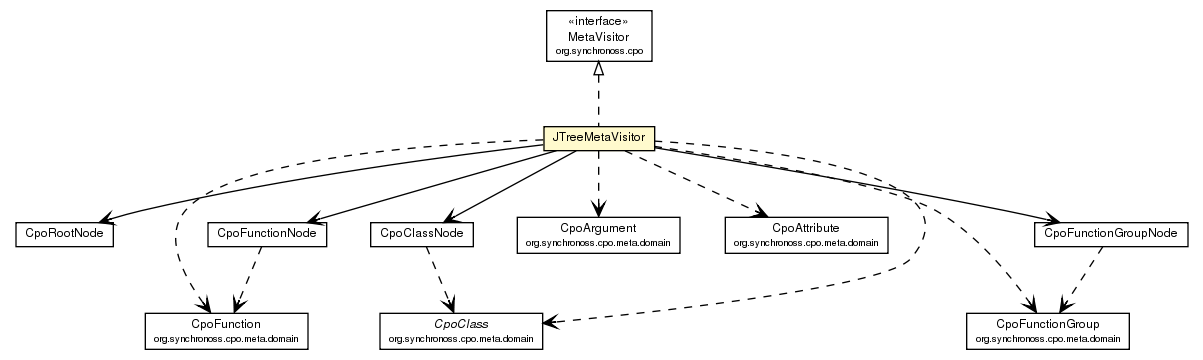
Earlier version of the Graphviz export site/apidocs/org/synchronoss/cpo/util/JTreeMetaVisitor.png (synchronoss/cpo-util). Its source is kept beside it as site/apidocs/org/synchronoss/cpo/util/JTreeMetaVisitor.dot.
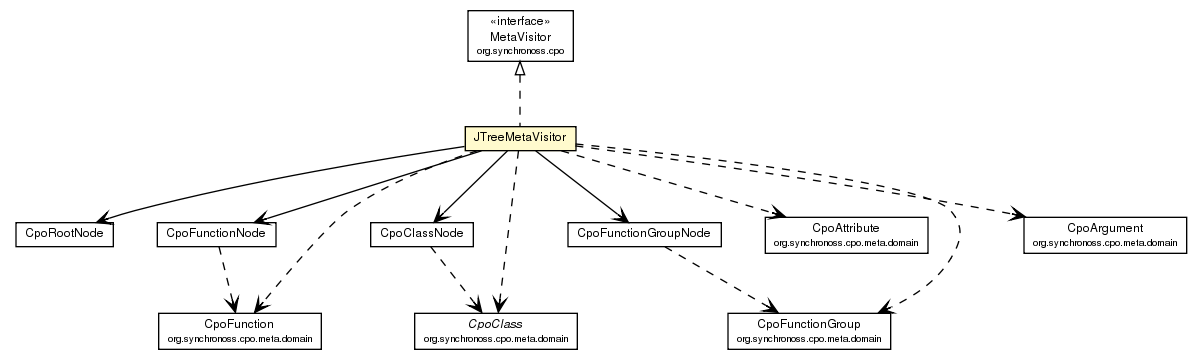
Above is the later version.

Diff of the diagram source:
```diff
@@ -34,37 +34,37 @@
 	c1707:p -> c1721:p [taillabel="", label="", headlabel="", fontname="Helvetica", fontcolor="black", fontsize=10.0, color="black", arrowhead=open];
 	c1707:p -> c1765:p [taillabel="", label="", headlabel="", fontname="Helvetica", fontcolor="black", fontsize=10.0, color="black", arrowhead=open, style=dashed];
 	c1707:p -> c1766:p [taillabel="", label="", headlabel="", fontname="Helvetica", fontcolor="black", fontsize=10.0, color="black", arrowhead=open, style=dashed];
-	c1707:p -> c1768:p [taillabel="", label="", headlabel="", fontname="Helvetica", fontcolor="black", fontsize=10.0, color="black", arrowhead=open, style=dashed];
+	c1707:p -> c1767:p [taillabel="", label="", headlabel="", fontname="Helvetica", fontcolor="black", fontsize=10.0, color="black", arrowhead=open, style=dashed];
 	c1707:p -> c1769:p [taillabel="", label="", headlabel="", fontname="Helvetica", fontcolor="black", fontsize=10.0, color="black", arrowhead=open, style=dashed];
 	c1707:p -> c1770:p [taillabel="", label="", headlabel="", fontname="Helvetica", fontcolor="black", fontsize=10.0, color="black", arrowhead=open, style=dashed];
-	c1721:p -> c1769:p [taillabel="", label="", headlabel="", fontname="Helvetica", fontcolor="black", fontsize=10.0, color="black", arrowhead=open, style=dashed];
-	c1723:p -> c1770:p [taillabel="", label="", headlabel="", fontname="Helvetica", fontcolor="black", fontsize=10.0, color="black", arrowhead=open, style=dashed];
-	c1728:p -> c1768:p [taillabel="", label="", headlabel="", fontname="Helvetica", fontcolor="black", fontsize=10.0, color="black", arrowhead=open, style=dashed];
-	c1770 [label=<<table border="0" cellborder="1" cellspacing="0" cellpadding="2" port="p" href="http://java.sun.com/j2se/1.4.2/docs/api/org/synchronoss/cpo/meta/domain/CpoClass.html">
+	c1721:p -> c1766:p [taillabel="", label="", headlabel="", fontname="Helvetica", fontcolor="black", fontsize=10.0, color="black", arrowhead=open, style=dashed];
+	c1723:p -> c1765:p [taillabel="", label="", headlabel="", fontname="Helvetica", fontcolor="black", fontsize=10.0, color="black", arrowhead=open, style=dashed];
+	c1728:p -> c1769:p [taillabel="", label="", headlabel="", fontname="Helvetica", fontcolor="black", fontsize=10.0, color="black", arrowhead=open, style=dashed];
+	c1765 [label=<<table border="0" cellborder="1" cellspacing="0" cellpadding="2" port="p" href="http://java.sun.com/j2se/1.4.2/docs/api/org/synchronoss/cpo/meta/domain/CpoClass.html">
 		<tr><td><table border="0" cellspacing="0" cellpadding="1">
 			<tr><td><font face="Helvetica-Oblique"> CpoClass </font></td></tr>
 			<tr><td><font point-size="7.0"> org.synchronoss.cpo.meta.domain </font></td></tr>
 		</table></td></tr>
 		</table>>, fontname="Helvetica", fontcolor="black", fontsize=9.0];
-	c1765 [label=<<table border="0" cellborder="1" cellspacing="0" cellpadding="2" port="p" href="http://java.sun.com/j2se/1.4.2/docs/api/org/synchronoss/cpo/meta/domain/CpoArgument.html">
+	c1770 [label=<<table border="0" cellborder="1" cellspacing="0" cellpadding="2" port="p" href="http://java.sun.com/j2se/1.4.2/docs/api/org/synchronoss/cpo/meta/domain/CpoArgument.html">
 		<tr><td><table border="0" cellspacing="0" cellpadding="1">
 			<tr><td> CpoArgument </td></tr>
 			<tr><td><font point-size="7.0"> org.synchronoss.cpo.meta.domain </font></td></tr>
 		</table></td></tr>
 		</table>>, fontname="Helvetica", fontcolor="black", fontsize=9.0];
-	c1766 [label=<<table border="0" cellborder="1" cellspacing="0" cellpadding="2" port="p" href="http://java.sun.com/j2se/1.4.2/docs/api/org/synchronoss/cpo/meta/domain/CpoAttribute.html">
+	c1767 [label=<<table border="0" cellborder="1" cellspacing="0" cellpadding="2" port="p" href="http://java.sun.com/j2se/1.4.2/docs/api/org/synchronoss/cpo/meta/domain/CpoAttribute.html">
 		<tr><td><table border="0" cellspacing="0" cellpadding="1">
 			<tr><td> CpoAttribute </td></tr>
 			<tr><td><font point-size="7.0"> org.synchronoss.cpo.meta.domain </font></td></tr>
 		</table></td></tr>
 		</table>>, fontname="Helvetica", fontcolor="black", fontsize=9.0];
-	c1769 [label=<<table border="0" cellborder="1" cellspacing="0" cellpadding="2" port="p" href="http://java.sun.com/j2se/1.4.2/docs/api/org/synchronoss/cpo/meta/domain/CpoFunction.html">
+	c1766 [label=<<table border="0" cellborder="1" cellspacing="0" cellpadding="2" port="p" href="http://java.sun.com/j2se/1.4.2/docs/api/org/synchronoss/cpo/meta/domain/CpoFunction.html">
 		<tr><td><table border="0" cellspacing="0" cellpadding="1">
 			<tr><td> CpoFunction </td></tr>
 			<tr><td><font point-size="7.0"> org.synchronoss.cpo.meta.domain </font></td></tr>
 		</table></td></tr>
 		</table>>, fontname="Helvetica", fontcolor="black", fontsize=9.0];
-	c1768 [label=<<table border="0" cellborder="1" cellspacing="0" cellpadding="2" port="p" href="http://java.sun.com/j2se/1.4.2/docs/api/org/synchronoss/cpo/meta/domain/CpoFunctionGroup.html">
+	c1769 [label=<<table border="0" cellborder="1" cellspacing="0" cellpadding="2" port="p" href="http://java.sun.com/j2se/1.4.2/docs/api/org/synchronoss/cpo/meta/domain/CpoFunctionGroup.html">
 		<tr><td><table border="0" cellspacing="0" cellpadding="1">
 			<tr><td> CpoFunctionGroup </td></tr>
 			<tr><td><font point-size="7.0"> org.synchronoss.cpo.meta.domain </font></td></tr>
```
